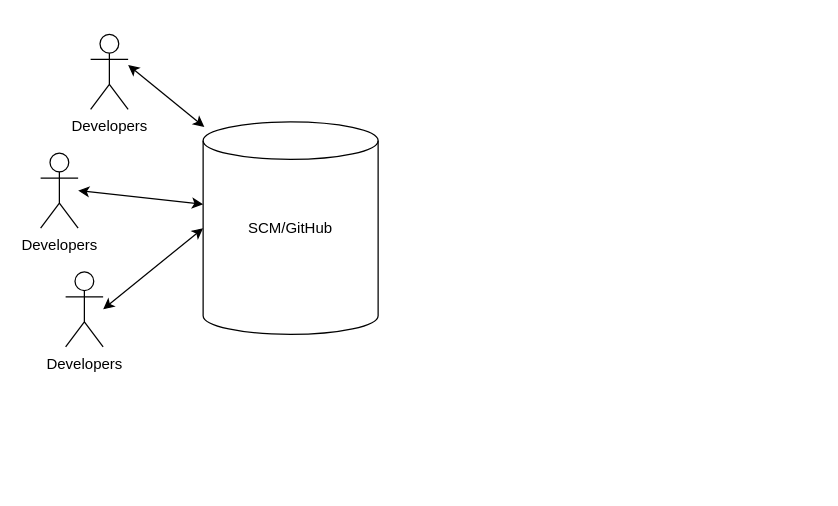
Before: Untitled Diagram.drawio in dontslzzzp/app-diagrams, a draw.io diagram. Source tidied: cells renumbered, new cells numbered last; positions are measured from the earlier drawing's top-left corner, leaving out a move shared by most shapes. Both pictures are drawn from the tidied source at 125%, with x=0, y=0 at pixel (40, 34).
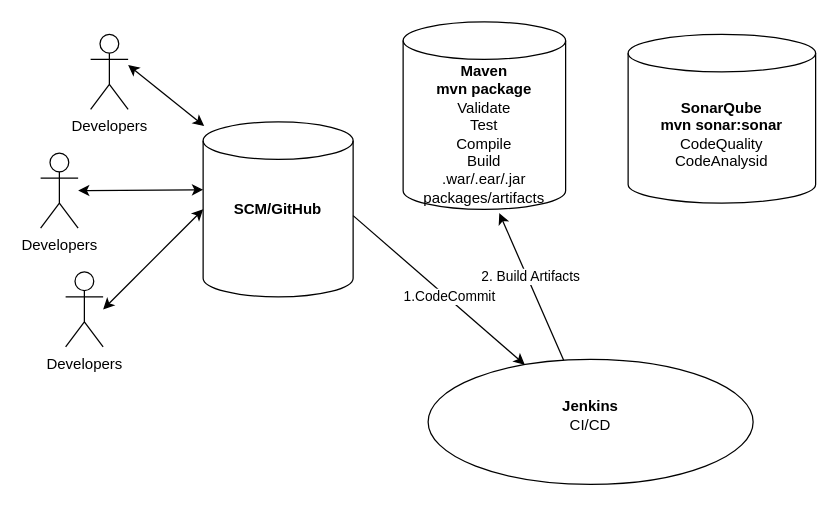
The same diagram, later.

Commit message:
Update Untitled Diagram.drawio mvn + sonar

Diff of the diagram source:
```diff
@@
     <mxCell id="3" style="shape=cylinder3;whiteSpace=wrap;html=1;boundedLbl=1;backgroundOutline=1;size=15;" parent="1" vertex="1">
-      <mxGeometry x="130" y="70" width="140" height="170" as="geometry" />
+      <mxGeometry x="130" y="70" width="120" height="140" as="geometry" />
     </mxCell>
-    <mxCell id="4" value="SCM/GitHub" style="text;html=1;align=center;verticalAlign=middle;whiteSpace=wrap;rounded=0;" parent="1" vertex="1">
-      <mxGeometry x="170" y="140" width="60" height="30" as="geometry" />
+    <mxCell id="4" value="&lt;b&gt;SCM/GitHub&lt;/b&gt;" style="text;html=1;align=center;verticalAlign=middle;whiteSpace=wrap;rounded=0;" parent="1" vertex="1">
+      <mxGeometry x="160" y="125" width="60" height="30" as="geometry" />
     </mxCell>
@@
+    <mxCell id="10" style="ellipse;whiteSpace=wrap;html=1;" parent="1" vertex="1">
+      <mxGeometry x="310" y="260" width="260" height="100" as="geometry" />
+    </mxCell>
+    <mxCell id="11" value="&lt;b&gt;Jenkins&lt;/b&gt;&lt;div&gt;CI/CD&lt;/div&gt;" style="text;html=1;align=center;verticalAlign=middle;whiteSpace=wrap;rounded=0;" parent="1" vertex="1">
+      <mxGeometry x="410" y="290" width="60" height="30" as="geometry" />
+    </mxCell>
+    <mxCell id="12" style="endArrow=classic;html=1;rounded=0;" parent="1" edge="1" target="10">
+      <mxGeometry relative="1" as="geometry">
+        <mxPoint x="250" y="145" as="sourcePoint" />
+      </mxGeometry>
+    </mxCell>
+    <mxCell id="13" value="1.CodeCommit" style="edgeLabel;html=1;align=center;verticalAlign=middle;" parent="12" vertex="1">
+      <mxGeometry x="0.09" y="2" relative="1" as="geometry">
+        <mxPoint y="1" as="offset" />
+      </mxGeometry>
+    </mxCell>
+    <mxCell id="14" style="shape=cylinder3;whiteSpace=wrap;html=1;boundedLbl=1;backgroundOutline=1;size=15;" parent="1" vertex="1">
+      <mxGeometry x="290" y="-10" width="130" height="150" as="geometry" />
+    </mxCell>
+    <mxCell id="15" value="&lt;b&gt;Maven&lt;/b&gt;&lt;div&gt;&lt;b&gt;mvn package&lt;br&gt;&lt;/b&gt;&lt;div&gt;Validate&lt;br&gt;Test&lt;/div&gt;&lt;div&gt;Compile&lt;/div&gt;&lt;div&gt;Build&lt;/div&gt;&lt;div&gt;.war/.ear/.jar&lt;/div&gt;&lt;div&gt;packages/artifacts&lt;/div&gt;&lt;/div&gt;" style="text;html=1;align=center;verticalAlign=middle;whiteSpace=wrap;rounded=0;" parent="1" vertex="1">
+      <mxGeometry x="300" y="65" width="110" height="30" as="geometry" />
+    </mxCell>
+    <mxCell id="16" value="&lt;b&gt;SonarQube&lt;/b&gt;&lt;div&gt;&lt;b&gt;mvn sonar:sonar&lt;br&gt;&lt;/b&gt;&lt;div&gt;CodeQuality&lt;/div&gt;&lt;div&gt;CodeAnalysid&lt;/div&gt;&lt;/div&gt;" style="shape=cylinder3;whiteSpace=wrap;html=1;boundedLbl=1;backgroundOutline=1;size=15;" parent="1" vertex="1">
+      <mxGeometry x="470" width="150" height="135" as="geometry" />
+    </mxCell>
+    <mxCell id="17" style="endArrow=classic;html=1;rounded=0;entryX=0.592;entryY=1.02;entryDx=0;entryDy=0;entryPerimeter=0;" parent="1" edge="1" source="10" target="14">
+      <mxGeometry relative="1" as="geometry" />
+    </mxCell>
+    <mxCell id="18" value="2. Build Artifacts" style="edgeLabel;html=1;align=center;verticalAlign=middle;" parent="17" vertex="1">
+      <mxGeometry x="0.14" y="-2" relative="1" as="geometry" />
+    </mxCell>
```
